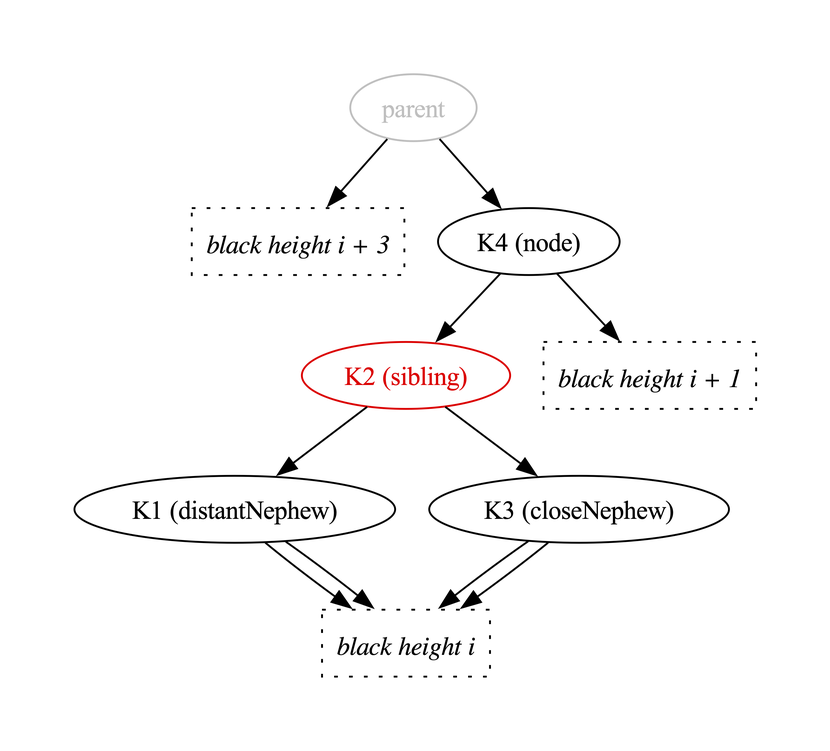
Earlier version of the Graphviz export Fw/DataStructures/docs/diagrams/removeBlackLeafNode/all-black-3.png (nasa/fprime). Its source is kept beside it as Fw/DataStructures/docs/diagrams/removeBlackLeafNode/all-black-3.dot. Source of this version:
```dot
digraph {

  P -> BHiPlus3
  P -> K4

  K4 -> K2
  K4 -> BHiPlus1
  K2 -> K1
  K2 -> K3

  K1 -> BHi
  K1 -> BHi
  K3 -> BHi
  K3 -> BHi

  P [label="parent",color="gray",fontcolor="gray"]
  K1 [label="K1 (distantNephew)"]
  K2 [label="K2 (sibling)",color="red",fontcolor="red"]
  K3 [label="K3 (closeNephew)"]
  K4 [label="K4 (node)"]

  BHi [shape="box",label="black height i",style="dotted",fontname="Italic"]
  BHiPlus1 [shape="box",label="black height i + 1",style="dotted",fontname="Italic"]
  BHiPlus3 [shape="box",label="black height i + 3",style="dotted",fontname="Italic"]

}
```
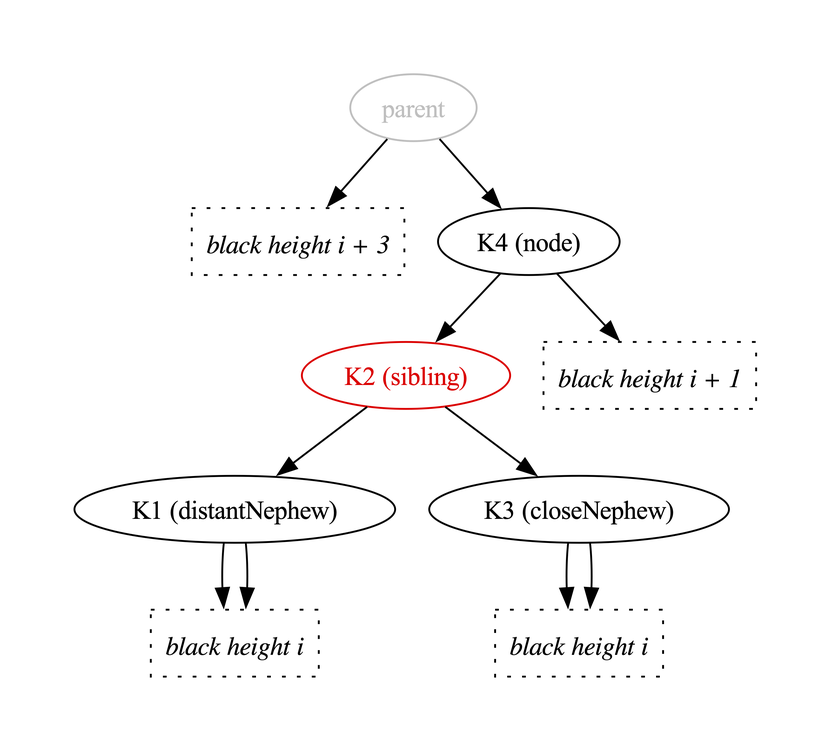
Above is the later version.

What changed in the source:
```diff
@@ -1,17 +1,18 @@
 digraph {
 
-  P -> BHiPlus3
+  P -> BH1
   P -> K4
 
   K4 -> K2
-  K4 -> BHiPlus1
+  K4 -> BH2
   K2 -> K1
   K2 -> K3
 
-  K1 -> BHi
-  K1 -> BHi
-  K3 -> BHi
-  K3 -> BHi
+  K1 -> BH3
+  K1 -> BH3
+
+  K3 -> BH4
+  K3 -> BH4
 
   P [label="parent",color="gray",fontcolor="gray"]
   K1 [label="K1 (distantNephew)"]
@@ -19,8 +20,9 @@
   K3 [label="K3 (closeNephew)"]
   K4 [label="K4 (node)"]
 
-  BHi [shape="box",label="black height i",style="dotted",fontname="Italic"]
-  BHiPlus1 [shape="box",label="black height i + 1",style="dotted",fontname="Italic"]
-  BHiPlus3 [shape="box",label="black height i + 3",style="dotted",fontname="Italic"]
+  BH1 [shape="box",label="black height i + 3",style="dotted",fontname="Italic"]
+  BH2 [shape="box",label="black height i + 1",style="dotted",fontname="Italic"]
+  BH3 [shape="box",label="black height i",style="dotted",fontname="Italic"]
+  BH4 [shape="box",label="black height i",style="dotted",fontname="Italic"]
 
 }
```
